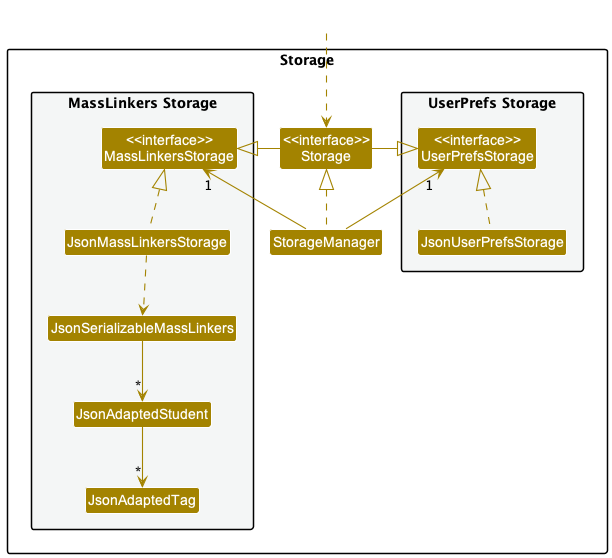
Before: docs/images/StorageClassDiagram.png, a diagram exported from PlantUML (nus-cs2103-AY2223S1/tp).
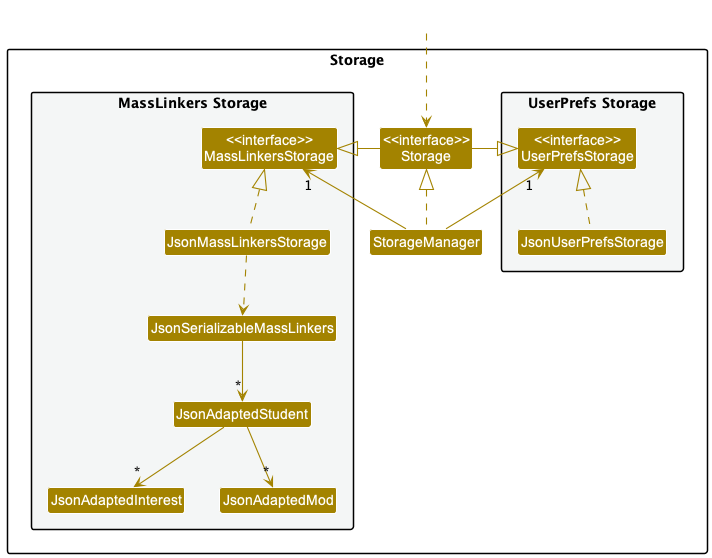
Later version of the same file.

What changed in the source:
```diff
@@ -19,7 +19,8 @@
 Class JsonMassLinkersStorage
 Class JsonSerializableMassLinkers
 Class JsonAdaptedStudent
-Class JsonAdaptedTag
+Class JsonAdaptedInterest
+Class JsonAdaptedMod
 }
 
 }
@@ -38,6 +39,7 @@
 JsonMassLinkersStorage .up.|> MassLinkersStorage
 JsonMassLinkersStorage ..> JsonSerializableMassLinkers
 JsonSerializableMassLinkers --> "*" JsonAdaptedStudent
-JsonAdaptedStudent --> "*" JsonAdaptedTag
+JsonAdaptedStudent --> "*" JsonAdaptedInterest
+JsonAdaptedStudent --> "*" JsonAdaptedMod
 
 @enduml
```
